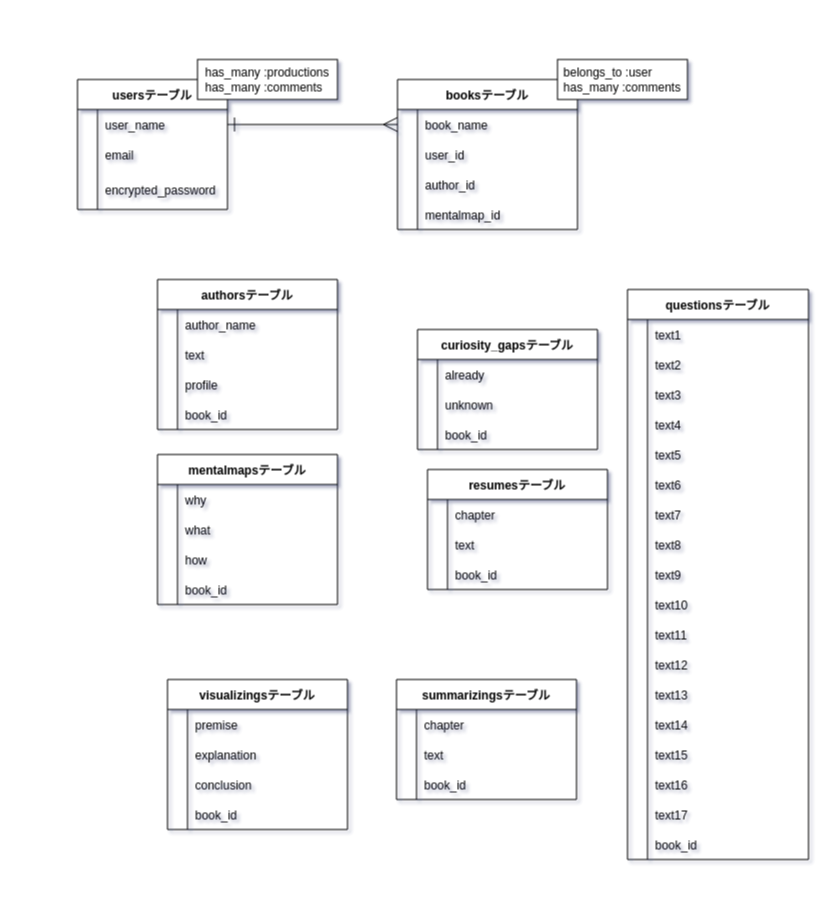
The draw.io diagram ER.dio in SettingTom/read-tech, before the edit. Source tidied: cells renumbered, new cells numbered last; positions are measured from the earlier drawing's top-left corner, leaving out a move shared by most shapes. Both pictures are drawn from the tidied source at 100%, with x=0, y=0 at pixel (77, 59).
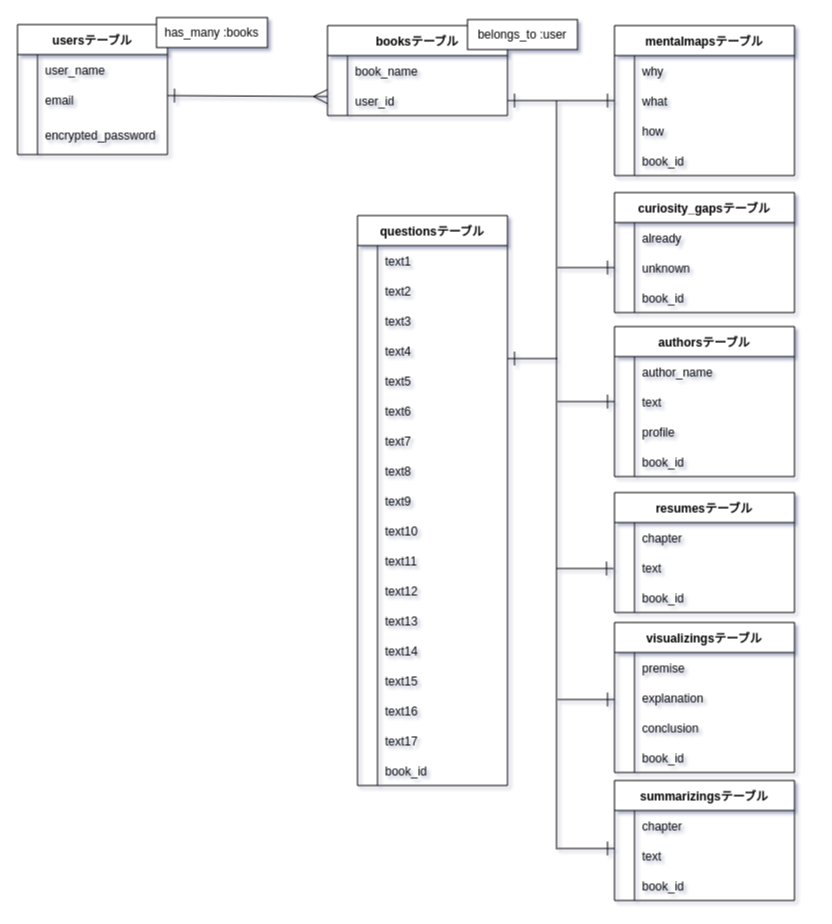
The same page after the edit.

The change refers to these unchanged cells:
```xml
<mxCell id="3" style="shape=partialRectangle;fillColor=none;top=0;left=0;bottom=0;right=0;points=[[0,0.5],[1,0.5]];portConstraint=eastwest;" parent="2" vertex="1">
  <mxGeometry y="30" width="150" height="30" as="geometry" />
</mxCell>
<mxCell id="16" style="shape=partialRectangle;fillColor=none;top=0;left=0;bottom=0;right=0;points=[[0,0.5],[1,0.5]];portConstraint=eastwest;" parent="12" vertex="1">
  <mxGeometry y="60" width="180" height="30" as="geometry" />
</mxCell>
<mxCell id="33" style="shape=partialRectangle;fillColor=none;top=0;left=0;bottom=0;right=0;points=[[0,0.5],[1,0.5]];portConstraint=eastwest;" parent="29" vertex="1">
  <mxGeometry y="60" width="180" height="30" as="geometry" />
</mxCell>
<mxCell id="46" style="shape=partialRectangle;fillColor=none;top=0;left=0;bottom=0;right=0;points=[[0,0.5],[1,0.5]];portConstraint=eastwest;" parent="42" vertex="1">
  <mxGeometry y="60" width="180" height="30" as="geometry" />
</mxCell>
<mxCell id="59" style="shape=partialRectangle;fillColor=none;top=0;left=0;bottom=0;right=0;points=[[0,0.5],[1,0.5]];portConstraint=eastwest;" parent="55" vertex="1">
  <mxGeometry y="60" width="180" height="30" as="geometry" />
</mxCell>
```

Change to the diagram source:
```diff
@@
     <mxCell id="2" value="usersテーブル" style="shape=table;startSize=30;childLayout=tableLayout;rowLines=0;fontStyle=1;align=center;" parent="1" vertex="1">
-      <mxGeometry y="20" width="150" height="130" as="geometry" />
+      <mxGeometry x="-60" y="-35" width="150" height="130" as="geometry" />
     </mxCell>
@@
     <mxCell id="12" value="booksテーブル" style="shape=table;startSize=30;childLayout=tableLayout;rowLines=0;fontStyle=1;align=center;" parent="1" vertex="1">
-      <mxGeometry x="320" y="20" width="180" height="150" as="geometry" />
+      <mxGeometry x="250" y="-34" width="180" height="90" as="geometry" />
     </mxCell>
@@
-    <mxCell id="19" style="shape=partialRectangle;fillColor=none;top=0;left=0;bottom=0;right=0;" parent="12" vertex="1">
-      <mxGeometry y="90" width="180" height="30" as="geometry" />
-    </mxCell>
-    <mxCell id="20" style="shape=partialRectangle;fillColor=none;top=0;left=0;bottom=0;right=0;overflow=hidden;" parent="19" vertex="1">
-      <mxGeometry width="20" height="30" as="geometry" />
-    </mxCell>
-    <mxCell id="21" value="author_id" style="shape=partialRectangle;fillColor=none;top=0;left=0;bottom=0;right=0;align=left;spacingLeft=6;overflow=hidden;" parent="19" vertex="1">
-      <mxGeometry x="20" width="160" height="30" as="geometry" />
-    </mxCell>
-    <mxCell id="22" style="shape=partialRectangle;fillColor=none;top=0;left=0;bottom=0;right=0;" parent="12" vertex="1">
-      <mxGeometry y="120" width="180" height="30" as="geometry" />
-    </mxCell>
-    <mxCell id="23" style="shape=partialRectangle;fillColor=none;top=0;left=0;bottom=0;right=0;overflow=hidden;" parent="22" vertex="1">
-      <mxGeometry width="20" height="30" as="geometry" />
-    </mxCell>
-    <mxCell id="24" value="mentalmap_id" style="shape=partialRectangle;fillColor=none;top=0;left=0;bottom=0;right=0;align=left;spacingLeft=6;overflow=hidden;" parent="22" vertex="1">
-      <mxGeometry x="20" width="160" height="30" as="geometry" />
-    </mxCell>
@@
-    <mxCell id="26" style="edgeStyle=none;html=1;exitX=1;exitY=0.5;exitDx=0;exitDy=0;endArrow=ERmany;endFill=0;endSize=12;startArrow=ERone;startFill=0;startSize=12;sourcePerimeterSpacing=0;jumpSize=6;strokeWidth=1;" parent="1" edge="1" source="3">
+    <mxCell id="26" style="edgeStyle=none;html=1;exitX=1;exitY=0.5;exitDx=0;exitDy=0;endArrow=ERmany;endFill=0;endSize=12;startArrow=ERone;startFill=0;startSize=12;sourcePerimeterSpacing=0;jumpSize=6;strokeWidth=1;entryX=0;entryY=0.5;entryDx=0;entryDy=0;" parent="1" edge="1">
       <mxGeometry relative="1" as="geometry">
-        <mxPoint x="320" y="65" as="targetPoint" />
-        <Array as="points">
-          <mxPoint x="250" y="65" />
-        </Array>
+        <mxPoint x="90" y="36" as="sourcePoint" />
+        <mxPoint x="250" y="37" as="targetPoint" />
       </mxGeometry>
     </mxCell>
-    <mxCell id="27" value="has_many :productions&lt;br&gt;&lt;div style=&quot;text-align: left&quot;&gt;&lt;span&gt;has_many :comments&lt;/span&gt;&lt;/div&gt;" style="whiteSpace=wrap;html=1;align=center;" parent="1" vertex="1">
-      <mxGeometry x="120" width="140" height="40" as="geometry" />
+    <mxCell id="27" value="has_many :book&lt;span style=&quot;text-align: left&quot;&gt;s&lt;/span&gt;" style="whiteSpace=wrap;html=1;align=center;" parent="1" vertex="1">
+      <mxGeometry x="79" y="-42" width="111" height="30" as="geometry" />
     </mxCell>
-    <mxCell id="28" value="&lt;div style=&quot;text-align: left&quot;&gt;&lt;span&gt;belongs_to :user&lt;/span&gt;&lt;/div&gt;&lt;div&gt;&lt;span&gt;has_many :comments&lt;/span&gt;&lt;/div&gt;" style="whiteSpace=wrap;html=1;align=center;" parent="1" vertex="1">
-      <mxGeometry x="480" width="130" height="40" as="geometry" />
+    <mxCell id="28" value="&lt;div style=&quot;text-align: left&quot;&gt;&lt;span&gt;belongs_to :user&lt;/span&gt;&lt;/div&gt;" style="whiteSpace=wrap;html=1;align=center;" parent="1" vertex="1">
+      <mxGeometry x="390" y="-40" width="110" height="30" as="geometry" />
     </mxCell>
     <mxCell id="29" value="authorsテーブル" style="shape=table;startSize=30;childLayout=tableLayout;rowLines=0;fontStyle=1;align=center;" parent="1" vertex="1">
-      <mxGeometry x="80" y="220" width="180" height="150" as="geometry" />
+      <mxGeometry x="537" y="267" width="180" height="150" as="geometry" />
     </mxCell>
@@
     <mxCell id="42" value="mentalmapsテーブル" style="shape=table;startSize=30;childLayout=tableLayout;rowLines=0;fontStyle=1;align=center;" parent="1" vertex="1">
-      <mxGeometry x="80" y="395" width="180" height="150" as="geometry" />
+      <mxGeometry x="537" y="-34" width="180" height="150" as="geometry" />
     </mxCell>
@@
+    <mxCell id="153" style="edgeStyle=none;rounded=0;html=1;startArrow=none;startFill=0;endArrow=ERone;endFill=0;startSize=12;endSize=12;targetPerimeterSpacing=0;entryX=0;entryY=0.5;entryDx=0;entryDy=0;" parent="1" edge="1" target="59">
+      <mxGeometry relative="1" as="geometry">
+        <mxPoint x="480" y="208" as="sourcePoint" />
+      </mxGeometry>
+    </mxCell>
     <mxCell id="55" value="curiosity_gapsテーブル" style="shape=table;startSize=30;childLayout=tableLayout;rowLines=0;fontStyle=1;align=center;" parent="1" vertex="1">
-      <mxGeometry x="340" y="270" width="180" height="120" as="geometry" />
+      <mxGeometry x="537" y="133" width="180" height="120" as="geometry" />
     </mxCell>
@@
     <mxCell id="65" value="resumesテーブル" style="shape=table;startSize=30;childLayout=tableLayout;rowLines=0;fontStyle=1;align=center;" parent="1" vertex="1">
-      <mxGeometry x="350" y="410" width="180" height="120" as="geometry" />
+      <mxGeometry x="537" y="433" width="180" height="120" as="geometry" />
     </mxCell>
@@
     <mxCell id="75" value="visualizingsテーブル" style="shape=table;startSize=30;childLayout=tableLayout;rowLines=0;fontStyle=1;align=center;" parent="1" vertex="1">
-      <mxGeometry x="90" y="620" width="180" height="150" as="geometry" />
+      <mxGeometry x="537" y="563" width="180" height="150" as="geometry" />
     </mxCell>
@@
     <mxCell id="88" value="summarizingsテーブル" style="shape=table;startSize=30;childLayout=tableLayout;rowLines=0;fontStyle=1;align=center;" parent="1" vertex="1">
-      <mxGeometry x="319" y="620" width="180" height="120" as="geometry" />
+      <mxGeometry x="537" y="721" width="180" height="120" as="geometry" />
     </mxCell>
@@
     <mxCell id="98" value="questionsテーブル" style="shape=table;startSize=30;childLayout=tableLayout;rowLines=0;fontStyle=1;align=center;" parent="1" vertex="1">
-      <mxGeometry x="550" y="230" width="181" height="570" as="geometry" />
+      <mxGeometry x="280" y="156" width="150" height="570" as="geometry" />
     </mxCell>
     <mxCell id="99" style="shape=partialRectangle;fillColor=none;top=0;left=0;bottom=0;right=0;" parent="98" vertex="1">
-      <mxGeometry y="30" width="181" height="30" as="geometry" />
+      <mxGeometry y="30" width="150" height="30" as="geometry" />
     </mxCell>
@@
     <mxCell id="101" value="text1" style="shape=partialRectangle;fillColor=none;top=0;left=0;bottom=0;right=0;align=left;spacingLeft=6;overflow=hidden;labelBorderColor=none;" parent="99" vertex="1">
-      <mxGeometry x="20" width="161" height="30" as="geometry" />
+      <mxGeometry x="20" width="130" height="30" as="geometry" />
     </mxCell>
     <mxCell id="102" style="shape=partialRectangle;fillColor=none;top=0;left=0;bottom=0;right=0;" parent="98" vertex="1">
-      <mxGeometry y="60" width="181" height="30" as="geometry" />
+      <mxGeometry y="60" width="150" height="30" as="geometry" />
     </mxCell>
@@
     <mxCell id="104" value="text2" style="shape=partialRectangle;fillColor=none;top=0;left=0;bottom=0;right=0;align=left;spacingLeft=6;overflow=hidden;" parent="102" vertex="1">
-      <mxGeometry x="20" width="161" height="30" as="geometry" />
+      <mxGeometry x="20" width="130" height="30" as="geometry" />
     </mxCell>
     <mxCell id="105" style="shape=partialRectangle;fillColor=none;top=0;left=0;bottom=0;right=0;" parent="98" vertex="1">
-      <mxGeometry y="90" width="181" height="30" as="geometry" />
+      <mxGeometry y="90" width="150" height="30" as="geometry" />
     </mxCell>
@@
     <mxCell id="107" value="text3" style="shape=partialRectangle;fillColor=none;top=0;left=0;bottom=0;right=0;align=left;spacingLeft=6;overflow=hidden;" parent="105" vertex="1">
-      <mxGeometry x="20" width="161" height="30" as="geometry" />
+      <mxGeometry x="20" width="130" height="30" as="geometry" />
     </mxCell>
     <mxCell id="108" style="shape=partialRectangle;fillColor=none;top=0;left=0;bottom=0;right=0;" parent="98" vertex="1">
-      <mxGeometry y="120" width="181" height="30" as="geometry" />
+      <mxGeometry y="120" width="150" height="30" as="geometry" />
     </mxCell>
@@
     <mxCell id="110" value="text4" style="shape=partialRectangle;fillColor=none;top=0;left=0;bottom=0;right=0;align=left;spacingLeft=6;overflow=hidden;" parent="108" vertex="1">
-      <mxGeometry x="20" width="161" height="30" as="geometry" />
+      <mxGeometry x="20" width="130" height="30" as="geometry" />
     </mxCell>
     <mxCell id="111" style="shape=partialRectangle;fillColor=none;top=0;left=0;bottom=0;right=0;" parent="98" vertex="1">
-      <mxGeometry y="150" width="181" height="30" as="geometry" />
+      <mxGeometry y="150" width="150" height="30" as="geometry" />
     </mxCell>
@@
     <mxCell id="113" value="text5" style="shape=partialRectangle;fillColor=none;top=0;left=0;bottom=0;right=0;align=left;spacingLeft=6;overflow=hidden;" parent="111" vertex="1">
-      <mxGeometry x="20" width="161" height="30" as="geometry" />
+      <mxGeometry x="20" width="130" height="30" as="geometry" />
     </mxCell>
     <mxCell id="114" style="shape=partialRectangle;fillColor=none;top=0;left=0;bottom=0;right=0;" parent="98" vertex="1">
-      <mxGeometry y="180" width="181" height="30" as="geometry" />
+      <mxGeometry y="180" width="150" height="30" as="geometry" />
     </mxCell>
@@
     <mxCell id="116" value="text6" style="shape=partialRectangle;fillColor=none;top=0;left=0;bottom=0;right=0;align=left;spacingLeft=6;overflow=hidden;" parent="114" vertex="1">
-      <mxGeometry x="20" width="161" height="30" as="geometry" />
+      <mxGeometry x="20" width="130" height="30" as="geometry" />
     </mxCell>
     <mxCell id="117" style="shape=partialRectangle;fillColor=none;top=0;left=0;bottom=0;right=0;" parent="98" vertex="1">
-      <mxGeometry y="210" width="181" height="30" as="geometry" />
+      <mxGeometry y="210" width="150" height="30" as="geometry" />
     </mxCell>
@@
     <mxCell id="119" value="text7" style="shape=partialRectangle;fillColor=none;top=0;left=0;bottom=0;right=0;align=left;spacingLeft=6;overflow=hidden;" parent="117" vertex="1">
-      <mxGeometry x="20" width="161" height="30" as="geometry" />
+      <mxGeometry x="20" width="130" height="30" as="geometry" />
     </mxCell>
     <mxCell id="120" style="shape=partialRectangle;fillColor=none;top=0;left=0;bottom=0;right=0;" parent="98" vertex="1">
-      <mxGeometry y="240" width="181" height="30" as="geometry" />
+      <mxGeometry y="240" width="150" height="30" as="geometry" />
     </mxCell>
@@
     <mxCell id="122" value="text8" style="shape=partialRectangle;fillColor=none;top=0;left=0;bottom=0;right=0;align=left;spacingLeft=6;overflow=hidden;" parent="120" vertex="1">
-      <mxGeometry x="20" width="161" height="30" as="geometry" />
+      <mxGeometry x="20" width="130" height="30" as="geometry" />
     </mxCell>
     <mxCell id="123" style="shape=partialRectangle;fillColor=none;top=0;left=0;bottom=0;right=0;" parent="98" vertex="1">
-      <mxGeometry y="270" width="181" height="30" as="geometry" />
+      <mxGeometry y="270" width="150" height="30" as="geometry" />
     </mxCell>
@@
     <mxCell id="125" value="text9" style="shape=partialRectangle;fillColor=none;top=0;left=0;bottom=0;right=0;align=left;spacingLeft=6;overflow=hidden;" parent="123" vertex="1">
-      <mxGeometry x="20" width="161" height="30" as="geometry" />
+      <mxGeometry x="20" width="130" height="30" as="geometry" />
     </mxCell>
     <mxCell id="126" style="shape=partialRectangle;fillColor=none;top=0;left=0;bottom=0;right=0;" parent="98" vertex="1">
-      <mxGeometry y="300" width="181" height="30" as="geometry" />
+      <mxGeometry y="300" width="150" height="30" as="geometry" />
     </mxCell>
@@
     <mxCell id="128" value="text10" style="shape=partialRectangle;fillColor=none;top=0;left=0;bottom=0;right=0;align=left;spacingLeft=6;overflow=hidden;" parent="126" vertex="1">
-      <mxGeometry x="20" width="161" height="30" as="geometry" />
+      <mxGeometry x="20" width="130" height="30" as="geometry" />
     </mxCell>
     <mxCell id="129" style="shape=partialRectangle;fillColor=none;top=0;left=0;bottom=0;right=0;" parent="98" vertex="1">
-      <mxGeometry y="330" width="181" height="30" as="geometry" />
+      <mxGeometry y="330" width="150" height="30" as="geometry" />
     </mxCell>
@@
     <mxCell id="131" value="text11" style="shape=partialRectangle;fillColor=none;top=0;left=0;bottom=0;right=0;align=left;spacingLeft=6;overflow=hidden;" parent="129" vertex="1">
-      <mxGeometry x="20" width="161" height="30" as="geometry" />
+      <mxGeometry x="20" width="130" height="30" as="geometry" />
     </mxCell>
     <mxCell id="132" style="shape=partialRectangle;fillColor=none;top=0;left=0;bottom=0;right=0;" parent="98" vertex="1">
-      <mxGeometry y="360" width="181" height="30" as="geometry" />
+      <mxGeometry y="360" width="150" height="30" as="geometry" />
     </mxCell>
@@
     <mxCell id="134" value="text12" style="shape=partialRectangle;fillColor=none;top=0;left=0;bottom=0;right=0;align=left;spacingLeft=6;overflow=hidden;" parent="132" vertex="1">
-      <mxGeometry x="20" width="161" height="30" as="geometry" />
+      <mxGeometry x="20" width="130" height="30" as="geometry" />
     </mxCell>
     <mxCell id="135" style="shape=partialRectangle;fillColor=none;top=0;left=0;bottom=0;right=0;" parent="98" vertex="1">
-      <mxGeometry y="390" width="181" height="30" as="geometry" />
+      <mxGeometry y="390" width="150" height="30" as="geometry" />
     </mxCell>
@@
     <mxCell id="137" value="text13" style="shape=partialRectangle;fillColor=none;top=0;left=0;bottom=0;right=0;align=left;spacingLeft=6;overflow=hidden;" parent="135" vertex="1">
-      <mxGeometry x="20" width="161" height="30" as="geometry" />
+      <mxGeometry x="20" width="130" height="30" as="geometry" />
     </mxCell>
     <mxCell id="138" style="shape=partialRectangle;fillColor=none;top=0;left=0;bottom=0;right=0;" parent="98" vertex="1">
-      <mxGeometry y="420" width="181" height="30" as="geometry" />
+      <mxGeometry y="420" width="150" height="30" as="geometry" />
     </mxCell>
@@
     <mxCell id="140" value="text14" style="shape=partialRectangle;fillColor=none;top=0;left=0;bottom=0;right=0;align=left;spacingLeft=6;overflow=hidden;" parent="138" vertex="1">
-      <mxGeometry x="20" width="161" height="30" as="geometry" />
+      <mxGeometry x="20" width="130" height="30" as="geometry" />
     </mxCell>
     <mxCell id="141" style="shape=partialRectangle;fillColor=none;top=0;left=0;bottom=0;right=0;" parent="98" vertex="1">
-      <mxGeometry y="450" width="181" height="30" as="geometry" />
+      <mxGeometry y="450" width="150" height="30" as="geometry" />
     </mxCell>
@@
     <mxCell id="143" value="text15" style="shape=partialRectangle;fillColor=none;top=0;left=0;bottom=0;right=0;align=left;spacingLeft=6;overflow=hidden;" parent="141" vertex="1">
-      <mxGeometry x="20" width="161" height="30" as="geometry" />
+      <mxGeometry x="20" width="130" height="30" as="geometry" />
     </mxCell>
     <mxCell id="144" style="shape=partialRectangle;fillColor=none;top=0;left=0;bottom=0;right=0;" parent="98" vertex="1">
-      <mxGeometry y="480" width="181" height="30" as="geometry" />
+      <mxGeometry y="480" width="150" height="30" as="geometry" />
     </mxCell>
@@
     <mxCell id="146" value="text16" style="shape=partialRectangle;fillColor=none;top=0;left=0;bottom=0;right=0;align=left;spacingLeft=6;overflow=hidden;" parent="144" vertex="1">
-      <mxGeometry x="20" width="161" height="30" as="geometry" />
+      <mxGeometry x="20" width="130" height="30" as="geometry" />
     </mxCell>
     <mxCell id="147" style="shape=partialRectangle;fillColor=none;top=0;left=0;bottom=0;right=0;" parent="98" vertex="1">
-      <mxGeometry y="510" width="181" height="30" as="geometry" />
+      <mxGeometry y="510" width="150" height="30" as="geometry" />
     </mxCell>
@@
     <mxCell id="149" value="text17" style="shape=partialRectangle;fillColor=none;top=0;left=0;bottom=0;right=0;align=left;spacingLeft=6;overflow=hidden;" parent="147" vertex="1">
-      <mxGeometry x="20" width="161" height="30" as="geometry" />
+      <mxGeometry x="20" width="130" height="30" as="geometry" />
     </mxCell>
     <mxCell id="150" style="shape=partialRectangle;fillColor=none;top=0;left=0;bottom=0;right=0;" parent="98" vertex="1">
-      <mxGeometry y="540" width="181" height="30" as="geometry" />
+      <mxGeometry y="540" width="150" height="30" as="geometry" />
     </mxCell>
@@
     <mxCell id="152" value="book_id" style="shape=partialRectangle;fillColor=none;top=0;left=0;bottom=0;right=0;align=left;spacingLeft=6;overflow=hidden;" parent="150" vertex="1">
-      <mxGeometry x="20" width="161" height="30" as="geometry" />
+      <mxGeometry x="20" width="130" height="30" as="geometry" />
     </mxCell>
+    <mxCell id="154" style="html=1;exitX=1;exitY=0.5;exitDx=0;exitDy=0;entryX=0;entryY=0.5;entryDx=0;entryDy=0;rounded=0;endArrow=ERone;endFill=0;startArrow=ERone;startFill=0;targetPerimeterSpacing=0;endSize=12;startSize=12;" parent="1" edge="1" source="16" target="46">
+      <mxGeometry relative="1" as="geometry">
+        <Array as="points">
+          <mxPoint x="480" y="41" />
+        </Array>
+      </mxGeometry>
+    </mxCell>
+    <mxCell id="155" style="edgeStyle=none;rounded=0;html=1;startArrow=none;startFill=0;endArrow=none;endFill=0;startSize=12;endSize=12;targetPerimeterSpacing=0;" parent="1" edge="1">
+      <mxGeometry relative="1" as="geometry">
+        <mxPoint x="479" y="41" as="sourcePoint" />
+        <mxPoint x="479" y="790" as="targetPoint" />
+      </mxGeometry>
+    </mxCell>
+    <mxCell id="156" style="endArrow=ERone;html=1;rounded=0;startSize=12;endSize=12;targetPerimeterSpacing=0;endFill=0;entryX=0;entryY=0.5;entryDx=0;entryDy=0;" parent="1" edge="1" target="33">
+      <mxGeometry relative="1" as="geometry">
+        <mxPoint x="480" y="342" as="sourcePoint" />
+      </mxGeometry>
+    </mxCell>
+    <mxCell id="157" style="endArrow=ERone;html=1;rounded=0;startSize=12;endSize=12;targetPerimeterSpacing=0;endFill=0;entryX=0;entryY=0.5;entryDx=0;entryDy=0;" parent="1" edge="1">
+      <mxGeometry relative="1" as="geometry">
+        <mxPoint x="479" y="509" as="sourcePoint" />
+        <mxPoint x="536" y="509" as="targetPoint" />
+      </mxGeometry>
+    </mxCell>
+    <mxCell id="158" style="endArrow=ERone;html=1;rounded=0;startSize=12;endSize=12;targetPerimeterSpacing=0;endFill=0;entryX=0;entryY=0.5;entryDx=0;entryDy=0;" parent="1" edge="1">
+      <mxGeometry relative="1" as="geometry">
+        <mxPoint x="480" y="640" as="sourcePoint" />
+        <mxPoint x="537" y="640" as="targetPoint" />
+      </mxGeometry>
+    </mxCell>
+    <mxCell id="159" style="endArrow=ERone;html=1;rounded=0;startSize=12;endSize=12;targetPerimeterSpacing=0;endFill=0;entryX=0;entryY=0.5;entryDx=0;entryDy=0;" parent="1" edge="1">
+      <mxGeometry relative="1" as="geometry">
+        <mxPoint x="480" y="789" as="sourcePoint" />
+        <mxPoint x="537" y="789" as="targetPoint" />
+      </mxGeometry>
+    </mxCell>
+    <mxCell id="160" style="endArrow=none;html=1;rounded=0;startSize=12;endSize=12;targetPerimeterSpacing=0;startArrow=ERone;startFill=0;" parent="1" edge="1">
+      <mxGeometry relative="1" as="geometry">
+        <mxPoint x="430" y="299" as="sourcePoint" />
+        <mxPoint x="480" y="299" as="targetPoint" />
+      </mxGeometry>
+    </mxCell>
```
